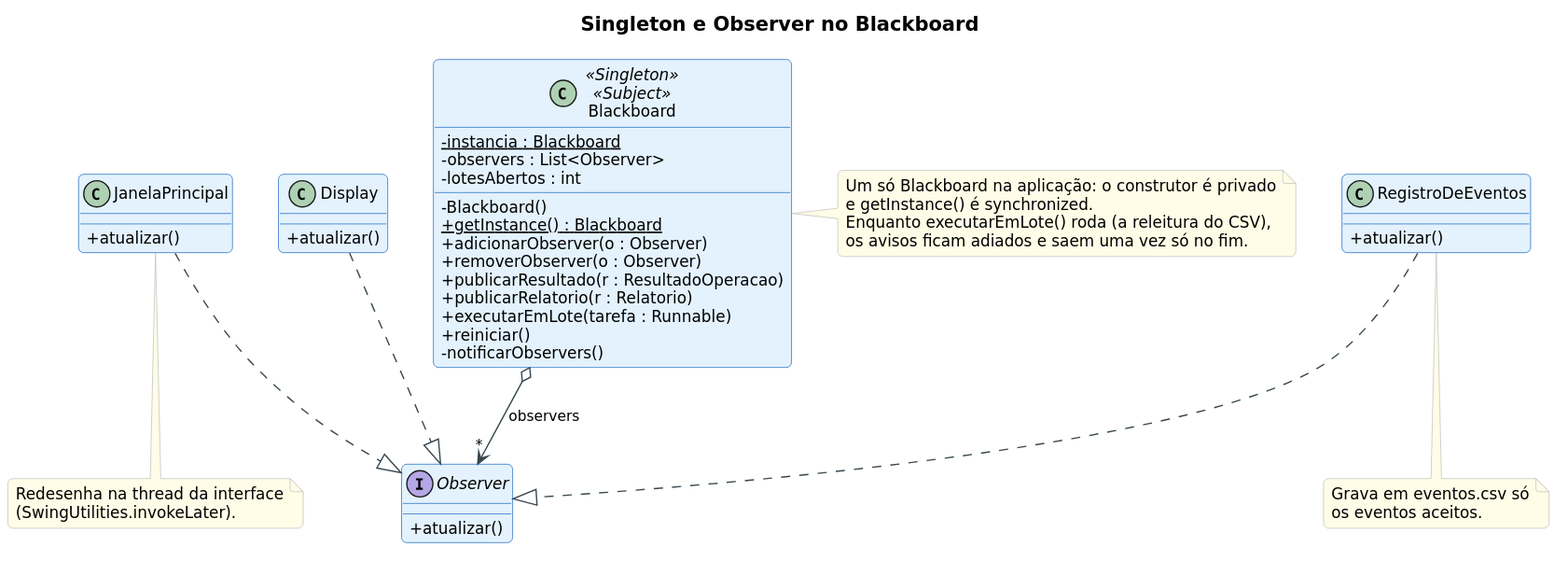
Before: faculdade/arquitetura-e-padroes-de-software/atividades_para_entregar/trabalho_final/descricao-arquitetural/diagramas/classes-singleton-observer.svg, a diagram exported from PlantUML (MatheusKubrusly/caderno-de-estudos).
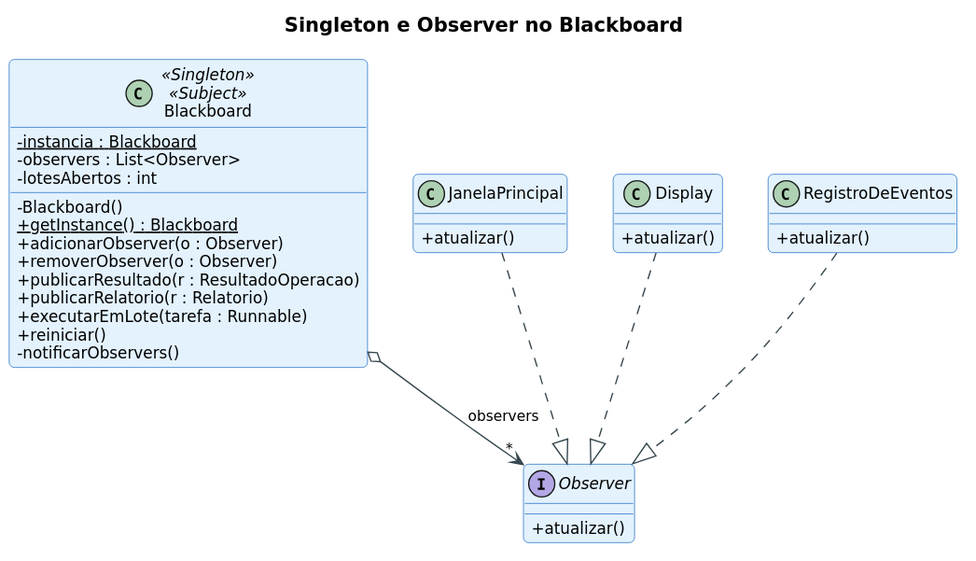
Later version of the same file.

Change to the diagram source:
```diff
@@ -35,19 +35,4 @@
 JanelaPrincipal ..|> Observer
 Display ..|> Observer
 RegistroDeEventos ..|> Observer
-
-note right of Blackboard
-  Um só Blackboard na aplicação: o construtor é privado
-  e getInstance() é synchronized.
-  Enquanto executarEmLote() roda (a releitura do CSV),
-  os avisos ficam adiados e saem uma vez só no fim.
-end note
-note bottom of JanelaPrincipal
-  Redesenha na thread da interface
-  (SwingUtilities.invokeLater).
-end note
-note bottom of RegistroDeEventos
-  Grava em eventos.csv só
-  os eventos aceitos.
-end note
 @enduml
```
